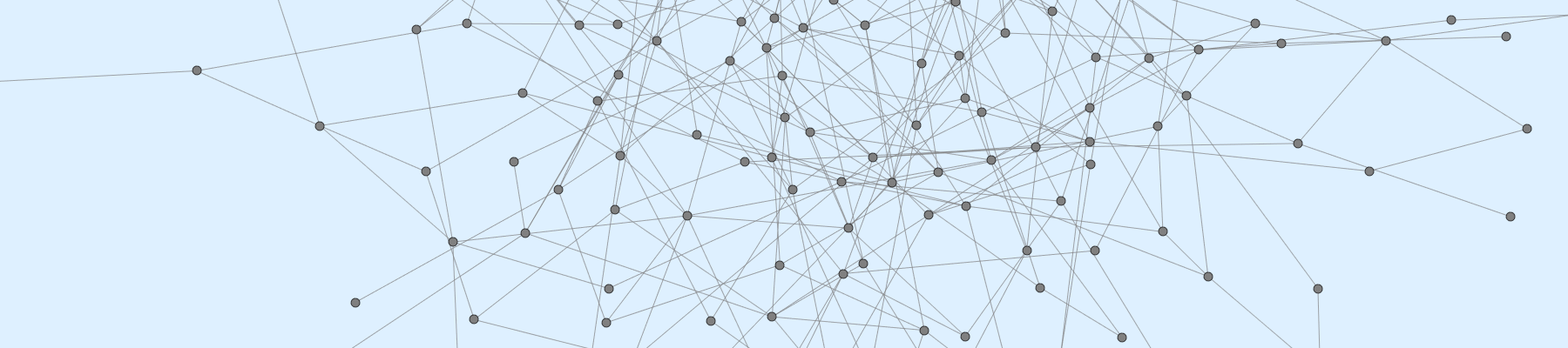
Above: website/Content/Graph/graph.png in TexAgg/website (Graphviz), before the change. Its source is kept beside it as website/Content/Graph/graph.gv.
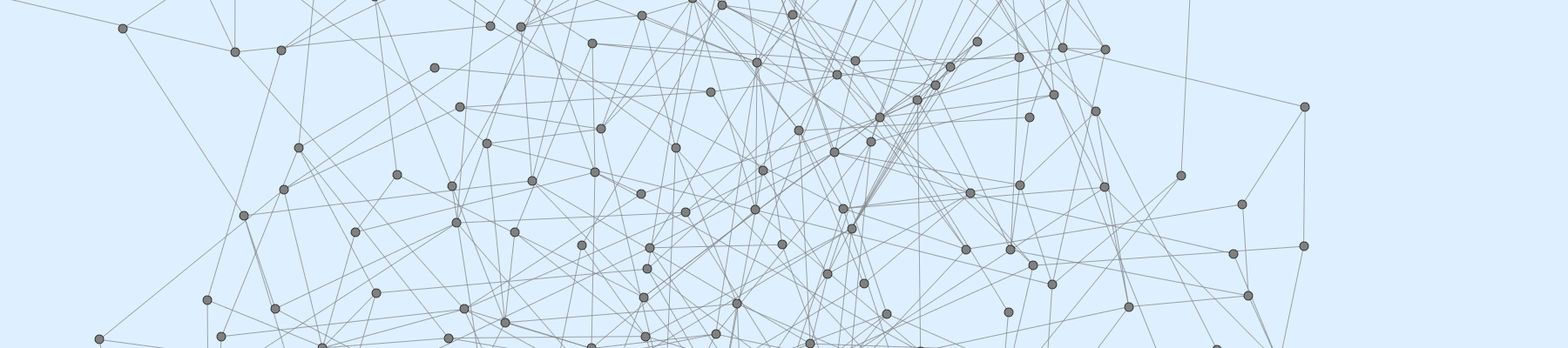
After the change.

Diff of the diagram source:
```diff
@@ -201,404 +201,404 @@
 	198 [label=""];
 	199 [label=""];
 	200 [label=""];
-	1 -- 28;
-	1 -- 30;
-	1 -- 39;
-	1 -- 75;
-	1 -- 89;
-	1 -- 94;
-	1 -- 151;
-	1 -- 158;
-	1 -- 161;
-	1 -- 165;
-	2 -- 73;
-	2 -- 122;
-	3 -- 71;
-	3 -- 178;
-	4 -- 54;
-	4 -- 107;
+	1 -- 70;
+	1 -- 116;
+	1 -- 141;
+	1 -- 160;
+	2 -- 3;
+	2 -- 7;
+	2 -- 48;
+	3 -- 83;
+	3 -- 146;
+	3 -- 156;
+	4 -- 11;
+	4 -- 22;
+	4 -- 101;
 	4 -- 110;
-	5 -- 68;
-	5 -- 84;
-	5 -- 104;
-	5 -- 184;
-	6 -- 47;
-	6 -- 54;
-	6 -- 172;
-	6 -- 194;
-	6 -- 196;
-	7 -- 8;
-	7 -- 78;
-	7 -- 113;
-	7 -- 116;
-	7 -- 195;
-	8 -- 62;
-	8 -- 81;
-	8 -- 110;
-	9 -- 22;
-	9 -- 24;
-	9 -- 36;
-	9 -- 92;
-	9 -- 123;
-	9 -- 141;
-	9 -- 146;
-	10 -- 77;
-	10 -- 97;
-	10 -- 113;
-	10 -- 122;
-	10 -- 149;
-	10 -- 160;
-	10 -- 164;
-	10 -- 175;
-	10 -- 177;
-	11 -- 31;
-	12 -- 23;
-	12 -- 65;
-	12 -- 133;
-	12 -- 134;
-	13 -- 28;
+	4 -- 132;
+	4 -- 181;
+	5 -- 29;
+	5 -- 97;
+	5 -- 134;
+	5 -- 155;
+	5 -- 166;
+	5 -- 193;
+	6 -- 25;
+	6 -- 94;
+	6 -- 147;
+	6 -- 156;
+	6 -- 157;
+	6 -- 180;
+	6 -- 190;
+	7 -- 87;
+	7 -- 103;
+	7 -- 154;
+	7 -- 176;
+	7 -- 186;
+	8 -- 63;
+	8 -- 76;
+	8 -- 108;
+	8 -- 113;
+	8 -- 148;
+	8 -- 149;
+	9 -- 15;
+	9 -- 44;
+	9 -- 79;
+	10 -- 63;
+	10 -- 112;
+	10 -- 140;
+	11 -- 126;
+	12 -- 16;
+	13 -- 15;
 	13 -- 29;
-	13 -- 65;
-	13 -- 67;
-	13 -- 83;
-	13 -- 110;
-	13 -- 115;
-	13 -- 158;
-	13 -- 183;
-	14 -- 86;
-	14 -- 171;
-	15 -- 28;
-	15 -- 63;
-	15 -- 123;
-	15 -- 133;
-	15 -- 186;
-	16 -- 167;
-	16 -- 175;
-	17 -- 35;
-	17 -- 52;
-	17 -- 123;
-	17 -- 146;
-	17 -- 155;
-	17 -- 172;
-	18 -- 100;
-	18 -- 154;
-	19 -- 26;
-	19 -- 53;
-	20 -- 72;
-	20 -- 118;
-	20 -- 122;
-	20 -- 146;
-	20 -- 184;
-	20 -- 197;
-	21 -- 26;
-	21 -- 104;
-	21 -- 135;
-	21 -- 138;
-	21 -- 141;
-	21 -- 185;
-	22 -- 42;
-	22 -- 101;
-	22 -- 140;
-	23 -- 40;
-	23 -- 53;
-	23 -- 60;
-	23 -- 66;
-	24 -- 64;
-	24 -- 136;
-	24 -- 146;
-	24 -- 174;
-	25 -- 94;
-	25 -- 160;
-	25 -- 182;
-	26 -- 68;
-	26 -- 88;
-	26 -- 120;
-	26 -- 149;
-	26 -- 157;
-	27 -- 38;
-	27 -- 185;
-	27 -- 200;
-	28 -- 45;
-	28 -- 60;
-	28 -- 133;
-	28 -- 168;
-	28 -- 186;
-	28 -- 196;
-	29 -- 35;
-	29 -- 58;
-	29 -- 112;
-	29 -- 122;
-	29 -- 124;
-	29 -- 178;
-	30 -- 39;
-	30 -- 58;
-	30 -- 77;
-	30 -- 109;
-	30 -- 138;
-	30 -- 146;
-	30 -- 158;
-	30 -- 173;
-	31 -- 151;
-	32 -- 116;
-	32 -- 134;
-	32 -- 151;
-	33 -- 53;
-	33 -- 119;
-	33 -- 154;
-	33 -- 197;
-	34 -- 129;
-	35 -- 73;
-	35 -- 83;
-	35 -- 86;
-	35 -- 119;
-	35 -- 136;
-	35 -- 165;
-	36 -- 76;
-	36 -- 199;
-	37 -- 47;
-	37 -- 73;
-	37 -- 114;
-	37 -- 141;
-	38 -- 174;
-	39 -- 53;
-	39 -- 55;
-	39 -- 64;
-	39 -- 109;
-	39 -- 198;
-	40 -- 102;
-	40 -- 137;
-	41 -- 104;
-	41 -- 166;
-	42 -- 138;
-	43 -- 81;
-	43 -- 94;
-	43 -- 132;
-	43 -- 139;
-	44 -- 50;
-	44 -- 95;
-	44 -- 199;
-	45 -- 85;
-	45 -- 173;
-	46 -- 63;
-	46 -- 97;
-	46 -- 148;
-	47 -- 85;
-	47 -- 97;
-	47 -- 102;
-	48 -- 86;
-	48 -- 175;
-	49 -- 92;
-	49 -- 112;
-	49 -- 142;
-	50 -- 149;
-	51 -- 74;
-	51 -- 139;
-	51 -- 156;
-	51 -- 197;
-	52 -- 82;
-	52 -- 98;
-	52 -- 115;
-	52 -- 170;
-	53 -- 60;
-	53 -- 79;
-	53 -- 183;
-	54 -- 75;
-	55 -- 71;
-	55 -- 75;
-	55 -- 168;
-	56 -- 75;
-	56 -- 110;
-	56 -- 120;
-	57 -- 76;
-	57 -- 114;
-	57 -- 149;
-	57 -- 150;
-	57 -- 170;
-	57 -- 190;
-	58 -- 69;
-	58 -- 170;
-	59 -- 114;
-	59 -- 128;
-	60 -- 76;
-	60 -- 109;
-	60 -- 112;
-	61 -- 67;
-	61 -- 150;
-	61 -- 161;
-	61 -- 176;
-	61 -- 178;
-	61 -- 194;
-	62 -- 200;
-	63 -- 72;
-	63 -- 131;
-	63 -- 161;
-	63 -- 177;
-	64 -- 104;
-	64 -- 105;
-	64 -- 188;
-	65 -- 168;
-	65 -- 176;
-	65 -- 189;
-	66 -- 78;
-	66 -- 105;
-	66 -- 112;
-	66 -- 173;
-	67 -- 95;
-	67 -- 169;
-	67 -- 170;
-	68 -- 110;
-	68 -- 111;
-	68 -- 155;
-	68 -- 195;
-	69 -- 117;
-	70 -- 140;
-	70 -- 188;
-	71 -- 87;
-	71 -- 90;
-	71 -- 170;
-	74 -- 95;
-	74 -- 103;
-	74 -- 117;
-	74 -- 140;
-	74 -- 167;
-	74 -- 191;
-	75 -- 172;
-	76 -- 117;
-	77 -- 78;
-	77 -- 147;
-	77 -- 161;
-	77 -- 171;
-	78 -- 88;
-	78 -- 124;
-	78 -- 189;
-	79 -- 166;
-	80 -- 116;
-	81 -- 169;
-	81 -- 193;
-	82 -- 117;
-	82 -- 194;
-	83 -- 95;
-	83 -- 145;
-	85 -- 187;
-	85 -- 192;
-	87 -- 167;
-	87 -- 173;
-	87 -- 195;
-	87 -- 196;
-	88 -- 132;
-	89 -- 199;
-	90 -- 144;
-	91 -- 160;
-	92 -- 136;
-	92 -- 168;
-	93 -- 95;
-	93 -- 129;
-	93 -- 157;
-	94 -- 170;
-	95 -- 114;
-	95 -- 168;
-	95 -- 173;
-	95 -- 176;
-	95 -- 188;
-	96 -- 106;
-	96 -- 195;
-	97 -- 112;
-	97 -- 183;
-	98 -- 100;
-	99 -- 172;
-	99 -- 192;
-	102 -- 132;
-	102 -- 147;
-	102 -- 187;
-	103 -- 134;
-	103 -- 166;
-	105 -- 119;
-	105 -- 197;
-	106 -- 147;
-	106 -- 175;
-	106 -- 182;
-	106 -- 193;
-	107 -- 126;
-	107 -- 149;
-	108 -- 117;
-	108 -- 121;
-	108 -- 148;
-	109 -- 136;
-	109 -- 169;
-	110 -- 136;
-	110 -- 147;
-	110 -- 162;
-	111 -- 158;
-	111 -- 188;
-	111 -- 199;
-	112 -- 114;
-	112 -- 123;
-	113 -- 158;
-	113 -- 169;
-	114 -- 183;
-	115 -- 133;
-	115 -- 164;
-	117 -- 125;
-	118 -- 143;
-	119 -- 153;
-	122 -- 136;
-	122 -- 154;
-	123 -- 174;
-	123 -- 192;
-	124 -- 195;
-	125 -- 127;
-	125 -- 170;
-	125 -- 181;
+	13 -- 181;
+	14 -- 192;
+	15 -- 74;
+	15 -- 152;
+	15 -- 161;
+	16 -- 55;
+	16 -- 77;
+	16 -- 111;
+	16 -- 114;
+	16 -- 169;
+	17 -- 141;
+	17 -- 153;
+	18 -- 107;
+	18 -- 148;
+	19 -- 35;
+	19 -- 64;
+	19 -- 95;
+	19 -- 120;
+	19 -- 169;
+	20 -- 55;
+	20 -- 86;
+	20 -- 158;
+	20 -- 164;
+	20 -- 171;
+	22 -- 104;
+	22 -- 109;
+	22 -- 185;
+	23 -- 110;
+	24 -- 27;
+	24 -- 45;
+	24 -- 86;
+	24 -- 108;
+	24 -- 140;
+	26 -- 95;
+	26 -- 100;
+	26 -- 139;
+	27 -- 29;
+	27 -- 165;
+	27 -- 199;
+	28 -- 33;
+	28 -- 119;
+	28 -- 178;
+	28 -- 200;
+	29 -- 54;
+	29 -- 94;
+	29 -- 98;
+	29 -- 180;
+	30 -- 87;
+	30 -- 130;
+	31 -- 52;
+	31 -- 79;
+	31 -- 112;
+	31 -- 125;
+	31 -- 178;
+	31 -- 187;
+	31 -- 198;
+	32 -- 83;
+	32 -- 181;
+	32 -- 186;
+	33 -- 92;
+	33 -- 111;
+	34 -- 48;
+	34 -- 77;
+	34 -- 113;
+	34 -- 197;
+	35 -- 64;
+	35 -- 91;
+	36 -- 48;
+	36 -- 53;
+	36 -- 138;
+	36 -- 164;
+	36 -- 169;
+	37 -- 189;
+	38 -- 142;
+	38 -- 159;
+	38 -- 166;
+	39 -- 76;
+	39 -- 120;
+	39 -- 173;
+	39 -- 197;
+	40 -- 48;
+	40 -- 181;
+	40 -- 186;
+	41 -- 102;
+	41 -- 194;
+	42 -- 98;
+	42 -- 104;
+	42 -- 159;
+	43 -- 170;
+	43 -- 175;
+	44 -- 79;
+	44 -- 172;
+	44 -- 195;
+	45 -- 171;
+	46 -- 85;
+	46 -- 104;
+	46 -- 107;
+	46 -- 152;
+	47 -- 65;
+	47 -- 81;
+	47 -- 95;
+	47 -- 149;
+	48 -- 60;
+	48 -- 74;
+	48 -- 79;
+	48 -- 101;
+	48 -- 115;
+	48 -- 163;
+	48 -- 164;
+	48 -- 173;
+	49 -- 54;
+	49 -- 182;
+	49 -- 193;
+	50 -- 65;
+	50 -- 194;
+	51 -- 71;
+	51 -- 155;
+	51 -- 157;
+	51 -- 159;
+	52 -- 102;
+	52 -- 158;
+	52 -- 193;
+	53 -- 64;
+	53 -- 70;
+	53 -- 78;
+	53 -- 108;
+	53 -- 138;
+	53 -- 174;
+	54 -- 89;
+	54 -- 134;
+	55 -- 66;
+	55 -- 100;
+	55 -- 135;
+	55 -- 170;
+	56 -- 99;
+	56 -- 174;
+	57 -- 144;
+	57 -- 153;
+	58 -- 123;
+	58 -- 182;
+	58 -- 184;
+	59 -- 77;
+	59 -- 133;
+	59 -- 147;
+	59 -- 148;
+	59 -- 171;
+	59 -- 194;
+	61 -- 160;
+	62 -- 72;
+	62 -- 95;
+	62 -- 97;
+	62 -- 102;
+	62 -- 159;
+	62 -- 194;
+	63 -- 86;
+	64 -- 144;
+	64 -- 166;
+	64 -- 175;
+	64 -- 177;
+	65 -- 73;
+	65 -- 91;
+	65 -- 110;
+	65 -- 169;
+	65 -- 174;
+	65 -- 181;
+	66 -- 87;
+	66 -- 135;
+	66 -- 199;
+	67 -- 97;
+	67 -- 160;
+	69 -- 139;
+	69 -- 191;
+	70 -- 77;
+	70 -- 85;
+	70 -- 105;
+	70 -- 106;
+	70 -- 110;
+	70 -- 123;
+	70 -- 126;
+	70 -- 155;
+	70 -- 157;
+	71 -- 128;
+	72 -- 97;
+	72 -- 199;
+	73 -- 105;
+	73 -- 132;
+	74 -- 96;
+	74 -- 171;
+	74 -- 179;
+	74 -- 197;
+	74 -- 198;
+	75 -- 193;
+	76 -- 149;
+	76 -- 181;
+	77 -- 81;
+	77 -- 125;
+	77 -- 127;
+	78 -- 80;
+	78 -- 116;
+	78 -- 179;
+	78 -- 190;
+	79 -- 183;
+	80 -- 183;
+	80 -- 199;
+	81 -- 127;
+	81 -- 173;
+	81 -- 192;
+	82 -- 122;
+	82 -- 198;
+	83 -- 110;
+	83 -- 167;
+	84 -- 127;
+	84 -- 161;
+	84 -- 167;
+	85 -- 126;
+	85 -- 133;
+	85 -- 158;
+	87 -- 158;
+	89 -- 133;
+	90 -- 183;
+	90 -- 192;
+	92 -- 105;
+	92 -- 186;
+	93 -- 128;
+	93 -- 189;
+	94 -- 125;
+	94 -- 190;
+	95 -- 123;
+	95 -- 126;
+	96 -- 147;
+	96 -- 173;
+	97 -- 101;
+	97 -- 163;
+	98 -- 114;
+	98 -- 133;
+	100 -- 124;
+	101 -- 155;
+	101 -- 169;
+	103 -- 147;
+	103 -- 158;
+	103 -- 164;
+	103 -- 168;
+	104 -- 143;
+	104 -- 168;
+	104 -- 172;
+	106 -- 127;
+	106 -- 163;
+	107 -- 160;
+	107 -- 172;
+	107 -- 200;
+	108 -- 120;
+	108 -- 131;
+	108 -- 190;
+	109 -- 119;
+	109 -- 154;
+	110 -- 128;
+	110 -- 164;
+	110 -- 182;
+	111 -- 154;
+	111 -- 176;
+	111 -- 194;
+	112 -- 131;
+	112 -- 164;
+	112 -- 173;
+	113 -- 117;
+	113 -- 173;
+	114 -- 156;
+	114 -- 157;
+	114 -- 159;
+	114 -- 168;
+	115 -- 186;
+	115 -- 196;
+	116 -- 163;
+	117 -- 120;
+	117 -- 126;
+	119 -- 152;
+	120 -- 140;
+	120 -- 194;
+	121 -- 156;
+	121 -- 168;
+	121 -- 173;
+	122 -- 194;
+	123 -- 145;
+	123 -- 146;
+	123 -- 160;
+	124 -- 149;
+	124 -- 157;
+	124 -- 170;
+	124 -- 179;
+	125 -- 133;
+	125 -- 166;
+	126 -- 131;
 	126 -- 134;
-	126 -- 175;
-	127 -- 137;
-	128 -- 197;
-	129 -- 133;
-	129 -- 153;
-	131 -- 150;
-	131 -- 171;
+	126 -- 195;
+	128 -- 142;
+	129 -- 187;
+	129 -- 197;
+	130 -- 166;
+	130 -- 167;
+	131 -- 135;
+	131 -- 158;
+	131 -- 179;
+	131 -- 196;
+	132 -- 134;
 	132 -- 153;
-	132 -- 154;
-	132 -- 181;
-	135 -- 148;
-	136 -- 145;
-	136 -- 148;
-	136 -- 199;
-	138 -- 163;
-	138 -- 178;
-	139 -- 157;
-	139 -- 183;
-	140 -- 186;
-	141 -- 161;
-	141 -- 185;
-	142 -- 150;
-	142 -- 177;
-	143 -- 197;
-	145 -- 166;
-	145 -- 174;
-	148 -- 167;
-	151 -- 155;
-	151 -- 161;
-	152 -- 196;
-	153 -- 190;
-	154 -- 157;
-	154 -- 200;
-	159 -- 193;
-	160 -- 183;
-	161 -- 162;
-	161 -- 172;
-	161 -- 182;
-	163 -- 173;
-	164 -- 196;
-	168 -- 185;
-	172 -- 184;
-	176 -- 184;
-	176 -- 191;
-	178 -- 183;
-	180 -- 191;
-	184 -- 190;
-	186 -- 187;
-	187 -- 198;
-	188 -- 198;
-	188 -- 199;
+	132 -- 198;
+	133 -- 135;
+	133 -- 175;
+	134 -- 192;
+	137 -- 170;
+	137 -- 188;
+	137 -- 194;
+	138 -- 191;
+	140 -- 190;
+	141 -- 196;
+	142 -- 156;
+	142 -- 169;
+	142 -- 197;
+	143 -- 156;
+	143 -- 184;
+	144 -- 194;
+	147 -- 149;
+	147 -- 167;
+	147 -- 171;
+	147 -- 174;
+	148 -- 185;
+	150 -- 186;
+	150 -- 189;
+	153 -- 176;
+	155 -- 167;
+	155 -- 185;
+	157 -- 169;
+	159 -- 182;
+	161 -- 167;
+	161 -- 177;
+	162 -- 168;
+	162 -- 175;
+	166 -- 172;
+	167 -- 197;
+	168 -- 189;
+	168 -- 194;
+	168 -- 200;
+	169 -- 171;
+	169 -- 186;
+	171 -- 195;
+	173 -- 198;
+	181 -- 197;
+	184 -- 198;
+	187 -- 199;
+	189 -- 196;
 }
```
